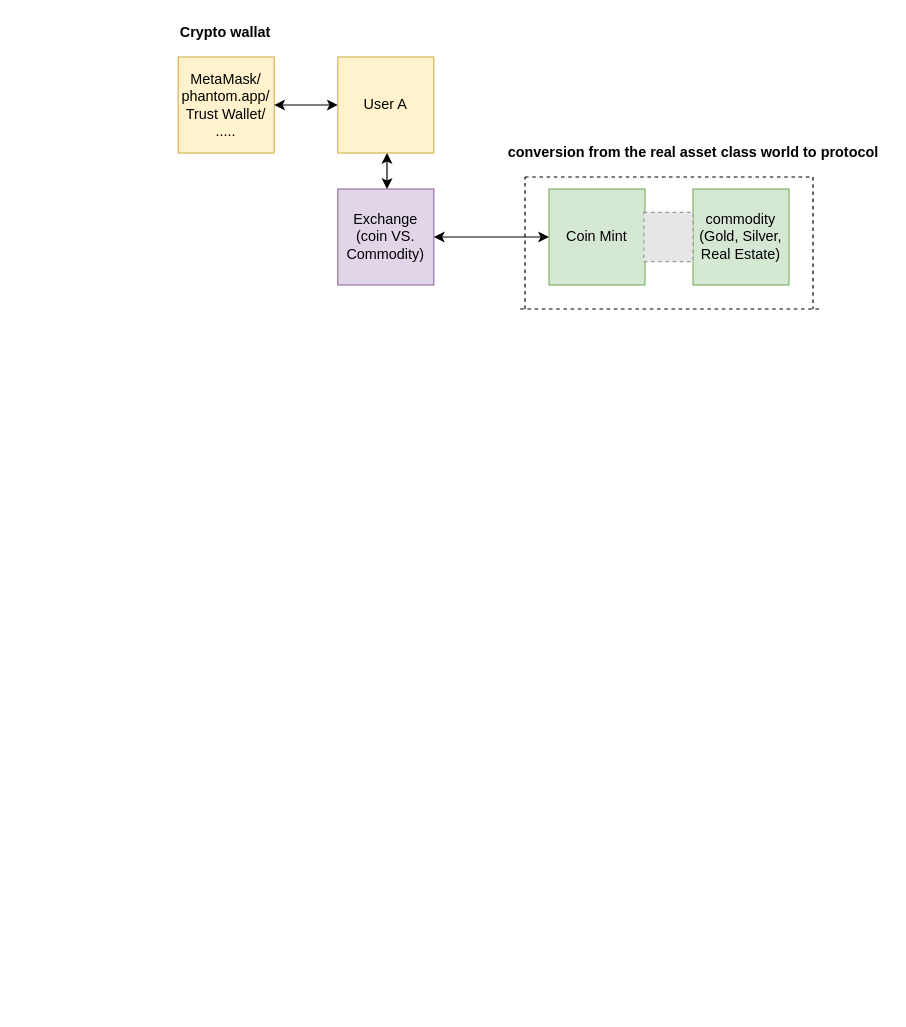
This is page "process" (2 of 3) of POS(1).drawio from JoshuaTree63/Complete-Python-3-Bootcamp, a draw.io file, before an edit. Source tidied: cells renumbered, new cells numbered last; positions are measured from the earlier drawing's top-left corner, leaving out a move shared by most shapes. Both pictures are drawn from the tidied source at 120%, with x=0, y=0 at pixel (170, 20). Pictures stored in the file or linked from it are replaced by grey dashed boxes.
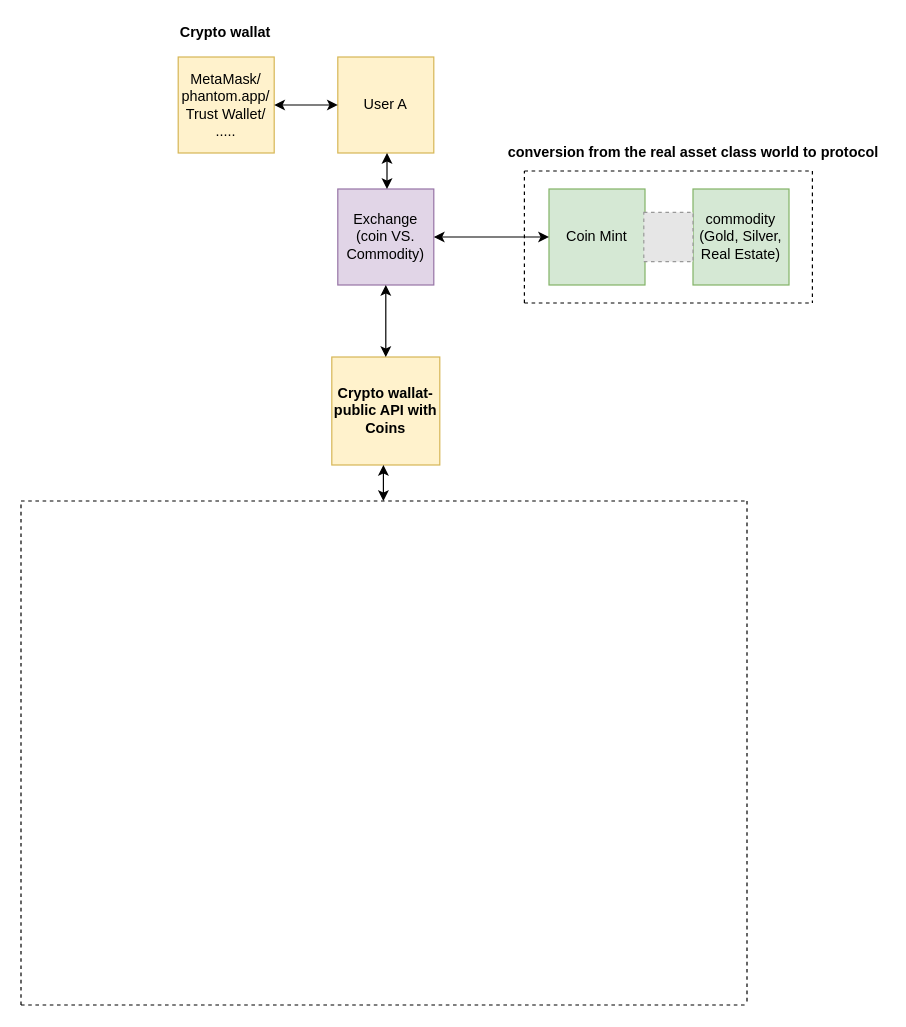
The same diagram, later.

The change refers to these unchanged cells:
```xml
<mxCell id="4" value="Exchange (coin VS. Commodity)" style="whiteSpace=wrap;html=1;fillColor=#e1d5e7;strokeColor=#9673a6;" parent="1" vertex="1">
  <mxGeometry x="139" y="140" width="80" height="80" as="geometry" />
</mxCell>
```

Diff of the diagram source:
```diff
@@
+    <mxCell id="17" style="group;" parent="1" vertex="1">
+      <mxGeometry x="294.5" y="125" width="238" height="110" as="geometry" />
+    </mxCell>
-    <mxCell id="13" style="endArrow=none;dashed=1;html=1;rounded=0;" parent="1" edge="1">
+    <mxCell id="13" style="endArrow=none;dashed=1;html=1;rounded=0;" parent="17" edge="1">
       <mxGeometry relative="1" as="geometry">
-        <mxPoint x="291" y="240" as="sourcePoint" />
-        <mxPoint x="541" y="240" as="targetPoint" />
+        <mxPoint y="110" as="sourcePoint" />
+        <mxPoint x="240" y="110" as="targetPoint" />
       </mxGeometry>
     </mxCell>
-    <mxCell id="14" style="endArrow=none;dashed=1;html=1;rounded=0;" parent="1" edge="1">
+    <mxCell id="14" style="endArrow=none;dashed=1;html=1;rounded=0;" parent="17" edge="1">
       <mxGeometry relative="1" as="geometry">
-        <mxPoint x="295" y="130" as="sourcePoint" />
-        <mxPoint x="535" y="130" as="targetPoint" />
+        <mxPoint as="sourcePoint" />
+        <mxPoint x="240" as="targetPoint" />
       </mxGeometry>
     </mxCell>
-    <mxCell id="15" style="endArrow=none;dashed=1;html=1;rounded=0;" parent="1" edge="1">
+    <mxCell id="15" style="endArrow=none;dashed=1;html=1;rounded=0;" parent="17" edge="1">
       <mxGeometry relative="1" as="geometry">
-        <mxPoint x="295" y="240" as="sourcePoint" />
-        <mxPoint x="295" y="130" as="targetPoint" />
+        <mxPoint y="110" as="sourcePoint" />
+        <mxPoint as="targetPoint" />
       </mxGeometry>
     </mxCell>
-    <mxCell id="16" style="endArrow=none;dashed=1;html=1;rounded=0;" parent="1" edge="1">
+    <mxCell id="16" style="endArrow=none;dashed=1;html=1;rounded=0;" parent="17" edge="1">
       <mxGeometry relative="1" as="geometry">
-        <mxPoint x="535" y="130" as="sourcePoint" />
-        <mxPoint x="535" y="240" as="targetPoint" />
+        <mxPoint x="240" as="sourcePoint" />
+        <mxPoint x="240" y="110" as="targetPoint" />
       </mxGeometry>
     </mxCell>
+    <mxCell id="18" value="&lt;b&gt;Crypto wallat- public API with Coins&lt;br&gt;&lt;/b&gt;" style="whiteSpace=wrap;html=1;fillColor=#fff2cc;strokeColor=#d6b656;" parent="1" vertex="1">
+      <mxGeometry x="134" y="280" width="90" height="90" as="geometry" />
+    </mxCell>
+    <mxCell id="19" style="endArrow=classic;startArrow=classic;html=1;rounded=0;exitX=0.5;exitY=1;exitDx=0;exitDy=0;" parent="1" edge="1" source="4" target="18">
+      <mxGeometry relative="1" as="geometry" />
+    </mxCell>
+    <mxCell id="20" style="group;" parent="1" vertex="1">
+      <mxGeometry x="-125" y="400" width="600" height="420" as="geometry" />
+    </mxCell>
+    <mxCell id="21" style="endArrow=none;dashed=1;html=1;rounded=0;" parent="20" edge="1">
+      <mxGeometry relative="1" as="geometry">
+        <mxPoint y="420" as="sourcePoint" />
+        <mxPoint x="605" y="420" as="targetPoint" />
+      </mxGeometry>
+    </mxCell>
+    <mxCell id="22" style="endArrow=none;dashed=1;html=1;rounded=0;" parent="20" edge="1">
+      <mxGeometry relative="1" as="geometry">
+        <mxPoint as="sourcePoint" />
+        <mxPoint x="605" as="targetPoint" />
+      </mxGeometry>
+    </mxCell>
+    <mxCell id="23" style="endArrow=none;dashed=1;html=1;rounded=0;" parent="20" edge="1">
+      <mxGeometry relative="1" as="geometry">
+        <mxPoint y="420" as="sourcePoint" />
+        <mxPoint as="targetPoint" />
+      </mxGeometry>
+    </mxCell>
+    <mxCell id="24" style="endArrow=none;dashed=1;html=1;rounded=0;" parent="20" edge="1">
+      <mxGeometry relative="1" as="geometry">
+        <mxPoint x="605" as="sourcePoint" />
+        <mxPoint x="605" y="420" as="targetPoint" />
+      </mxGeometry>
+    </mxCell>
+    <mxCell id="25" style="endArrow=classic;startArrow=classic;html=1;rounded=0;exitX=0.5;exitY=1;exitDx=0;exitDy=0;" parent="1" edge="1">
+      <mxGeometry relative="1" as="geometry">
+        <mxPoint x="177" y="370" as="sourcePoint" />
+        <mxPoint x="177" y="400" as="targetPoint" />
+      </mxGeometry>
+    </mxCell>
```
